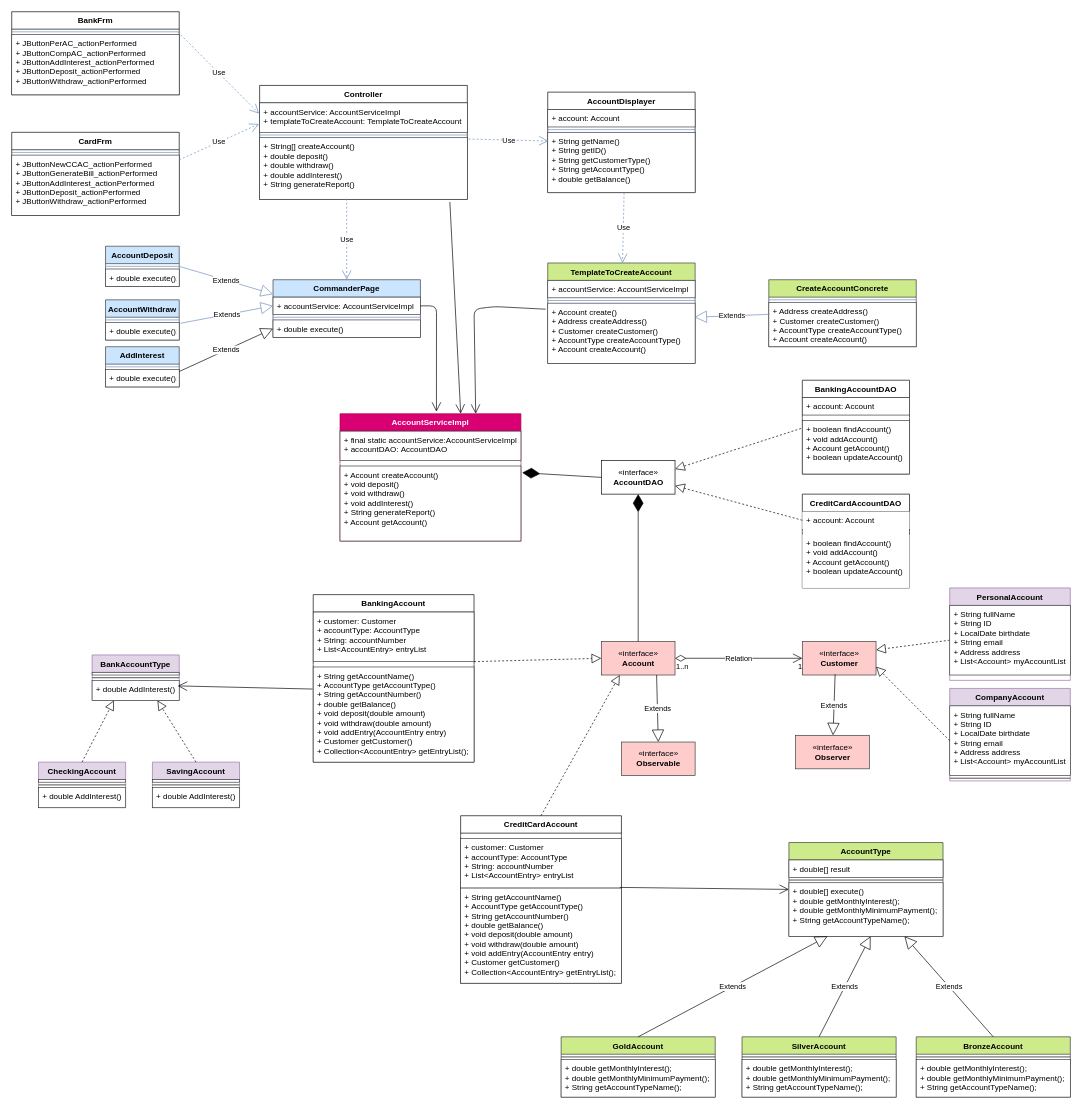
The draw.io diagram diagram/class_diagram/bank_class_diagram.drawio in niick7/ASD_Bank_System, before the edit. Source tidied: cells renumbered, new cells numbered last; positions are measured from the earlier drawing's top-left corner, leaving out a move shared by most shapes. Both pictures are drawn from the tidied source at 67%, with x=0, y=0 at pixel (11, 11).
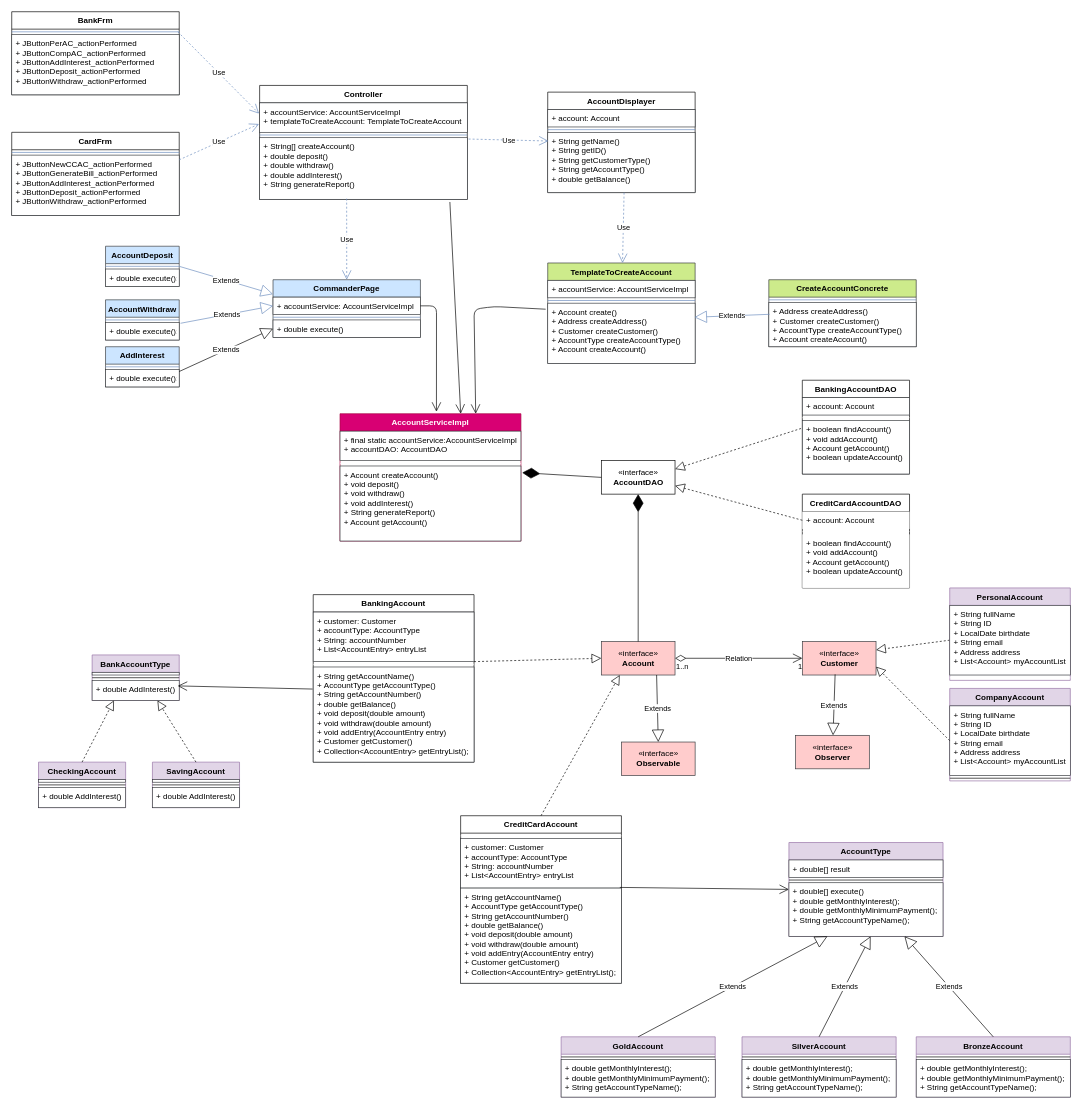
Above is the later version.

Commit message (it also covers changes not shown here):
Update class diagram

Change to the diagram source:
```diff
@@
-    <mxCell id="92" value="AccountType" style="swimlane;fontStyle=1;align=center;verticalAlign=top;horizontal=1;startSize=26;fillColor=#cdeb8b;strokeColor=#36393d;" parent="1" vertex="1">
+    <mxCell id="92" value="AccountType" style="swimlane;fontStyle=1;align=center;verticalAlign=top;horizontal=1;startSize=26;fillColor=#e1d5e7;strokeColor=#9673a6;" parent="1" vertex="1">
       <mxGeometry x="1160" y="1240" width="230" height="140" as="geometry" />
     </mxCell>
@@
-    <mxCell id="96" value="GoldAccount" style="swimlane;fontStyle=1;align=center;verticalAlign=top;horizontal=1;startSize=26;fillColor=#cdeb8b;strokeColor=#36393d;" parent="1" vertex="1">
+    <mxCell id="96" value="GoldAccount" style="swimlane;fontStyle=1;align=center;verticalAlign=top;horizontal=1;startSize=26;fillColor=#e1d5e7;strokeColor=#9673a6;" parent="1" vertex="1">
       <mxGeometry x="820" y="1530" width="230" height="90" as="geometry" />
     </mxCell>
@@
-    <mxCell id="99" value="SilverAccount" style="swimlane;fontStyle=1;align=center;verticalAlign=top;horizontal=1;startSize=26;fillColor=#cdeb8b;strokeColor=#36393d;" parent="1" vertex="1">
+    <mxCell id="99" value="SilverAccount" style="swimlane;fontStyle=1;align=center;verticalAlign=top;horizontal=1;startSize=26;fillColor=#e1d5e7;strokeColor=#9673a6;" parent="1" vertex="1">
       <mxGeometry x="1090" y="1530" width="230" height="90" as="geometry" />
     </mxCell>
@@
-    <mxCell id="102" value="BronzeAccount" style="swimlane;fontStyle=1;align=center;verticalAlign=top;horizontal=1;startSize=26;fillColor=#cdeb8b;strokeColor=#36393d;" parent="1" vertex="1">
+    <mxCell id="102" value="BronzeAccount" style="swimlane;fontStyle=1;align=center;verticalAlign=top;horizontal=1;startSize=26;fillColor=#e1d5e7;strokeColor=#9673a6;" parent="1" vertex="1">
       <mxGeometry x="1350" y="1530" width="230" height="90" as="geometry" />
     </mxCell>
```
